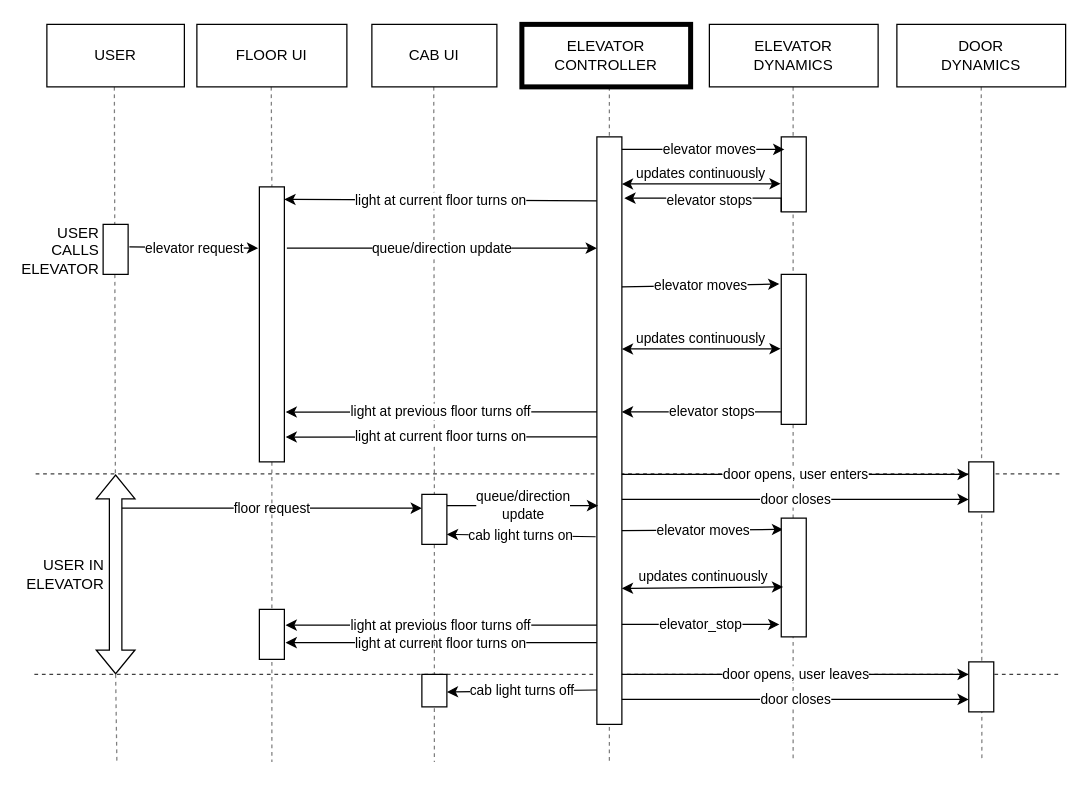
The draw.io diagram page "Sekvensdiagram" (1 of 3) of Media/sekvensdiagram.drawio in sjur2k/heislab_V2024, before the edit. Source tidied: cells renumbered, new cells numbered last; positions are measured from the earlier drawing's top-left corner, leaving out a move shared by most shapes. Both pictures are drawn from the tidied source at 125%, with x=0, y=0 at pixel (34, 24).
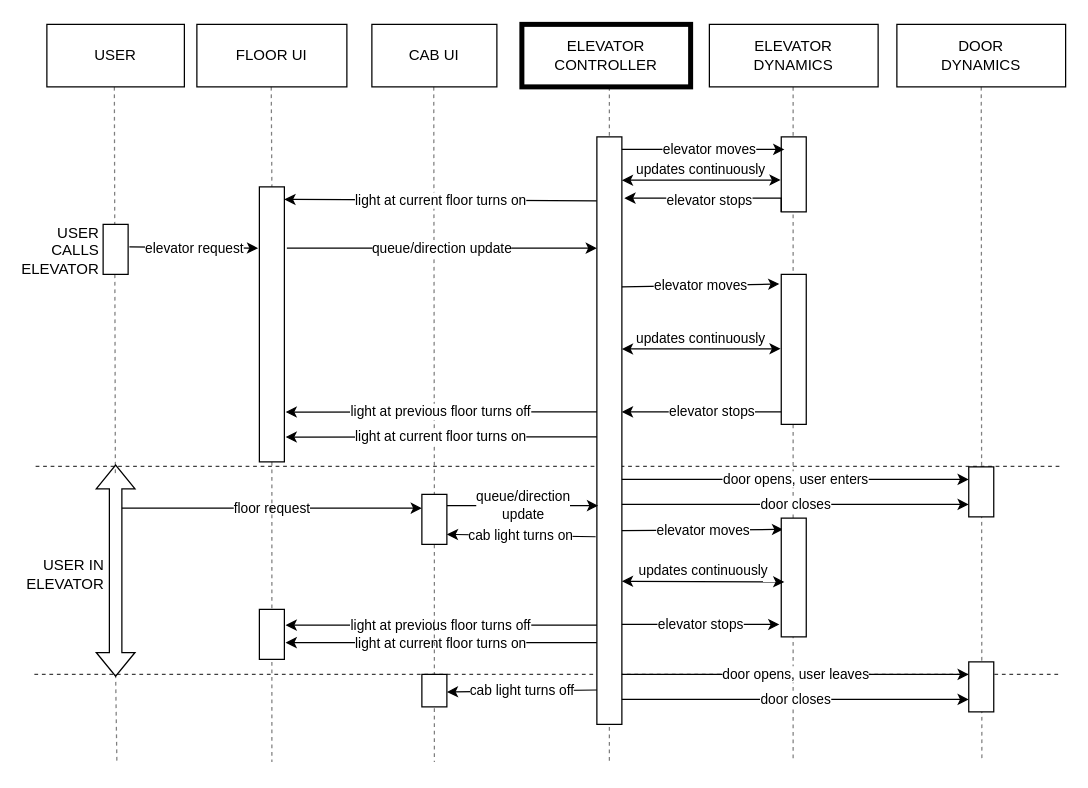
The same page after the edit.

The change refers to these unchanged cells:
```xml
<mxCell id="36" style="rounded=0;whiteSpace=wrap;html=1;" parent="1" vertex="1">
  <mxGeometry x="597.5" y="395" width="20" height="95" as="geometry" />
</mxCell>
```

The edit, as a diff of the source:
```diff
@@
     <mxCell id="4" style="endArrow=none;dashed=1;html=1;rounded=0;opacity=75;" parent="1" edge="1">
       <mxGeometry relative="1" as="geometry">
-        <mxPoint x="1" y="359.5" as="sourcePoint" />
-        <mxPoint x="821" y="359.5" as="targetPoint" />
+        <mxPoint x="1" y="353.5" as="sourcePoint" />
+        <mxPoint x="821" y="353.5" as="targetPoint" />
       </mxGeometry>
     </mxCell>
@@
     <mxCell id="24" value="door opens, user enters" style="edgeStyle=none;jettySize=auto;html=1;rounded=0;entryX=0;entryY=0.25;entryDx=0;entryDy=0;" parent="1" edge="1" target="28">
       <mxGeometry relative="1" as="geometry">
-        <mxPoint x="470" y="360" as="sourcePoint" />
+        <mxPoint x="470" y="364" as="sourcePoint" />
       </mxGeometry>
     </mxCell>
     <mxCell id="25" value="door closes" style="edgeStyle=none;jettySize=auto;html=1;rounded=0;entryX=0;entryY=0.75;entryDx=0;entryDy=0;" parent="1" edge="1" target="28">
       <mxGeometry relative="1" as="geometry">
-        <mxPoint x="470" y="380" as="sourcePoint" />
+        <mxPoint x="470" y="384" as="sourcePoint" />
       </mxGeometry>
     </mxCell>
@@
     <mxCell id="28" style="rounded=0;whiteSpace=wrap;html=1;" parent="1" vertex="1">
-      <mxGeometry x="747.5" y="350" width="20" height="40" as="geometry" />
+      <mxGeometry x="747.5" y="354" width="20" height="40" as="geometry" />
     </mxCell>
@@
-    <mxCell id="35" value="elevator_stop" style="edgeStyle=none;orthogonalLoop=1;jettySize=auto;html=1;rounded=0;entryX=-0.075;entryY=0.929;entryDx=0;entryDy=0;entryPerimeter=0;" parent="1" edge="1">
+    <mxCell id="35" value="elevator stops" style="edgeStyle=none;orthogonalLoop=1;jettySize=auto;html=1;rounded=0;entryX=-0.075;entryY=0.929;entryDx=0;entryDy=0;entryPerimeter=0;" parent="1" edge="1">
       <mxGeometry relative="1" as="geometry">
         <mxPoint x="470" y="480" as="sourcePoint" />
         <mxPoint x="596" y="480.1" as="targetPoint" />
       </mxGeometry>
     </mxCell>
@@
-    <mxCell id="49" style="endArrow=classic;startArrow=classic;html=1;rounded=0;exitX=1.1;exitY=0.276;exitDx=0;exitDy=0;exitPerimeter=0;entryX=0.075;entryY=0.579;entryDx=0;entryDy=0;entryPerimeter=0;" parent="1" edge="1" target="36">
+    <mxCell id="49" style="endArrow=classic;startArrow=classic;html=1;rounded=0;exitX=1;exitY=0.75;exitDx=0;exitDy=0;" parent="1" edge="1">
       <mxGeometry relative="1" as="geometry">
-        <mxPoint x="470" y="451.2" as="sourcePoint" />
+        <mxPoint x="470" y="445.5" as="sourcePoint" />
+        <mxPoint x="600" y="446" as="targetPoint" />
       </mxGeometry>
     </mxCell>
@@
     <mxCell id="53" style="endArrow=classic;startArrow=classic;html=1;rounded=0;exitX=1.1;exitY=0.276;exitDx=0;exitDy=0;exitPerimeter=0;entryX=-0.025;entryY=0.4;entryDx=0;entryDy=0;entryPerimeter=0;" parent="1" edge="1">
       <mxGeometry relative="1" as="geometry">
-        <mxPoint x="470" y="127.7" as="sourcePoint" />
-        <mxPoint x="597" y="127.5" as="targetPoint" />
+        <mxPoint x="470" y="124.7" as="sourcePoint" />
+        <mxPoint x="597" y="124.5" as="targetPoint" />
       </mxGeometry>
     </mxCell>
@@
     <mxCell id="64" style="shape=flexArrow;endArrow=classic;startArrow=classic;html=1;rounded=0;" parent="1" edge="1">
       <mxGeometry relative="1" as="geometry">
-        <mxPoint x="65" y="520" as="sourcePoint" />
-        <mxPoint x="65" y="360" as="targetPoint" />
+        <mxPoint x="65" y="522" as="sourcePoint" />
+        <mxPoint x="65" y="352" as="targetPoint" />
       </mxGeometry>
     </mxCell>
```
